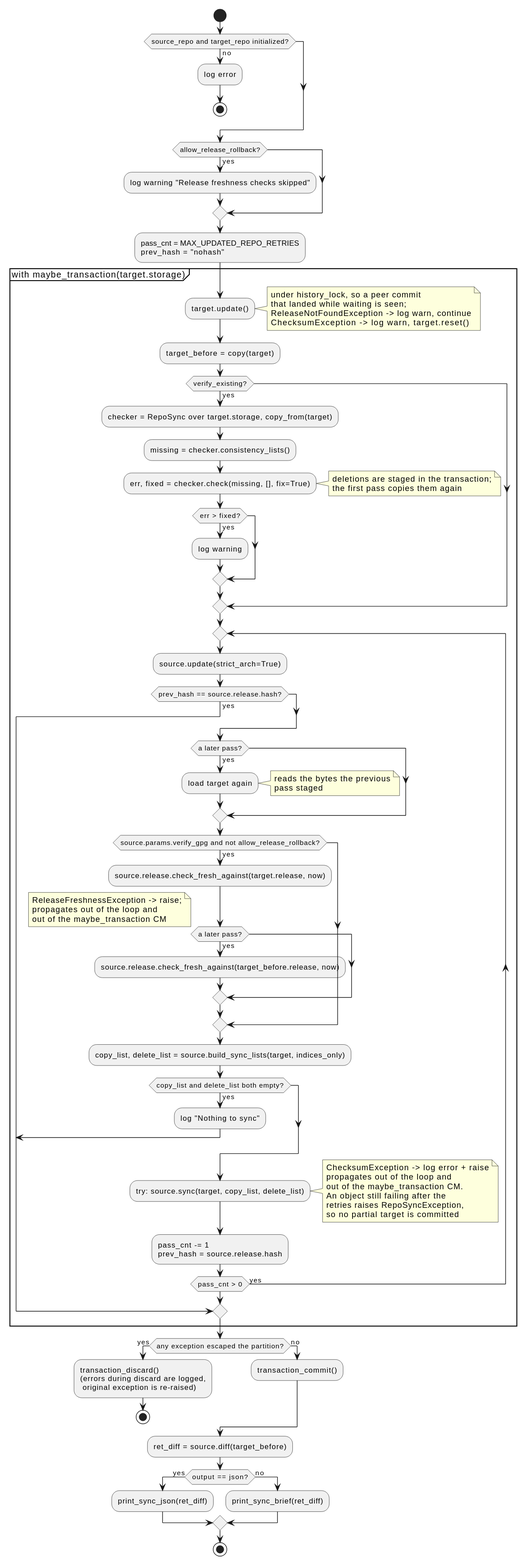
Before: docs/development/diagrams/action-sync-activity.svg, a diagram exported from PlantUML (vinklat/debkit). Its source is kept beside it as docs/development/diagrams/action-sync-activity.puml. Its diagram source:
```plantuml
@startuml
start
if (source_repo and target_repo initialized?) then (no)
  :log error;
  stop
endif

if (allow_release_rollback?) then (yes)
  :log warning "Release freshness checks skipped";
endif
:pass_cnt = MAX_UPDATED_REPO_RETRIES
prev_hash = "nohash";

partition "with maybe_transaction(target.storage)" {
  :target.update();
  note right
    under history_lock, so a peer commit
    that landed while waiting is seen;
    ReleaseNotFoundException -> log warn, continue
    ChecksumException    -> log warn, target.reset()
  end note
  :target_before = copy(target);
  if (verify_existing?) then (yes)
    :checker = RepoSync over target.storage, copy_from(target);
    :missing = checker.consistency_lists();
    :err, fixed = checker.check(missing, [], fix=True);
    note right
      deletions are staged in the transaction;
      the first pass copies them again
    end note
    if (err > fixed?) then (yes)
      :log warning;
    endif
  endif
  repeat
    :source.update(strict_arch=True);
    if (prev_hash == source.release.hash?) then (yes)
      break
    endif
    if (a later pass?) then (yes)
      :load target again;
      note right: reads the bytes the previous\npass staged
    endif
    if (source.params.verify_gpg and not allow_release_rollback?) then (yes)
      :source.release.check_fresh_against(target.release, now);
      if (a later pass?) then (yes)
        :source.release.check_fresh_against(target_before.release, now);
      endif
      note right
        ReleaseFreshnessException -> raise;
        propagates out of the loop and
        out of the maybe_transaction CM
      end note
    endif
    :copy_list, delete_list = source.build_sync_lists(target, indices_only);
    if (copy_list and delete_list both empty?) then (yes)
      :log "Nothing to sync";
      break
    endif
    :try: source.sync(target, copy_list, delete_list);
    note right
      ChecksumException -> log error + raise
      propagates out of the loop and
      out of the maybe_transaction CM.
      An object still failing after the
      retries raises RepoSyncException,
      so no partial target is committed
    end note
    :pass_cnt -= 1
    prev_hash = source.release.hash;
  repeat while (pass_cnt > 0) is (yes)
}

if (any exception escaped the partition?) then (yes)
  :transaction_discard()
  (errors during discard are logged,
   original exception is re-raised);
  stop
else (no)
  :transaction_commit();
endif

:ret_diff = source.diff(target_before);
if (output == json?) then (yes)
  :print_sync_json(ret_diff);
else (no)
  :print_sync_brief(ret_diff);
endif
stop
@enduml
```
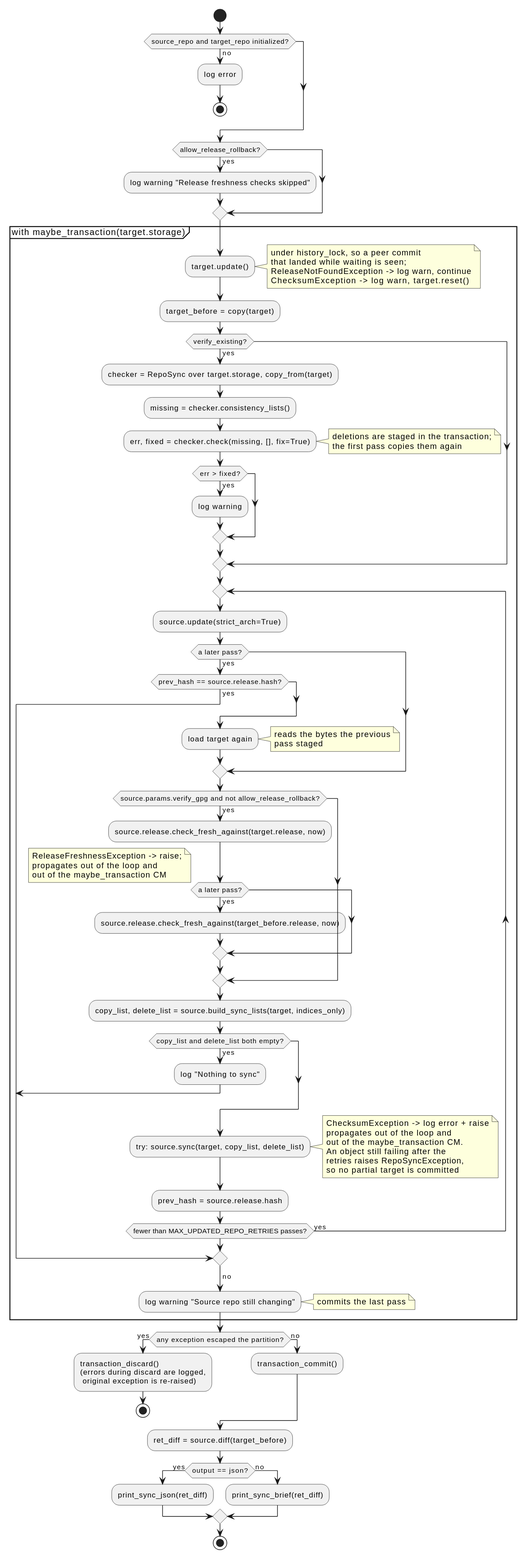
The same diagram one commit later.

Commit message:
Warn when the sync source never settles

What changed in the source:
```diff
@@ -8,8 +8,6 @@
 if (allow_release_rollback?) then (yes)
   :log warning "Release freshness checks skipped";
 endif
-:pass_cnt = MAX_UPDATED_REPO_RETRIES
-prev_hash = "nohash";
 
 partition "with maybe_transaction(target.storage)" {
   :target.update();
@@ -34,10 +32,10 @@
   endif
   repeat
     :source.update(strict_arch=True);
-    if (prev_hash == source.release.hash?) then (yes)
-      break
-    endif
     if (a later pass?) then (yes)
+      if (prev_hash == source.release.hash?) then (yes)
+        break
+      endif
       :load target again;
       note right: reads the bytes the previous\npass staged
     endif
@@ -66,9 +64,11 @@
       retries raises RepoSyncException,
       so no partial target is committed
     end note
-    :pass_cnt -= 1
-    prev_hash = source.release.hash;
-  repeat while (pass_cnt > 0) is (yes)
+    :prev_hash = source.release.hash;
+  repeat while (fewer than MAX_UPDATED_REPO_RETRIES passes?) is (yes)
+  -> no;
+  :log warning "Source repo still changing";
+  note right: commits the last pass
 }
 
 if (any exception escaped the partition?) then (yes)
```
